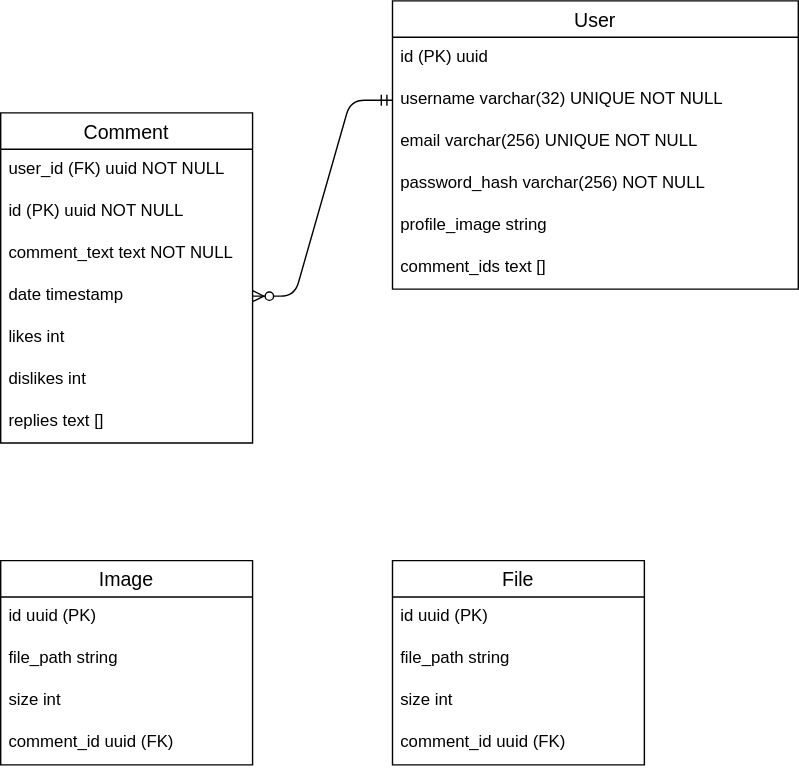
philippOkie/comments keeps this draw.io diagram as backend/prisma/db-docs.drawio.svg. Above is the earlier version. Source tidied: cells renumbered, new cells last; positions are measured from the earlier drawing's top-left corner, leaving out a move shared by most shapes.
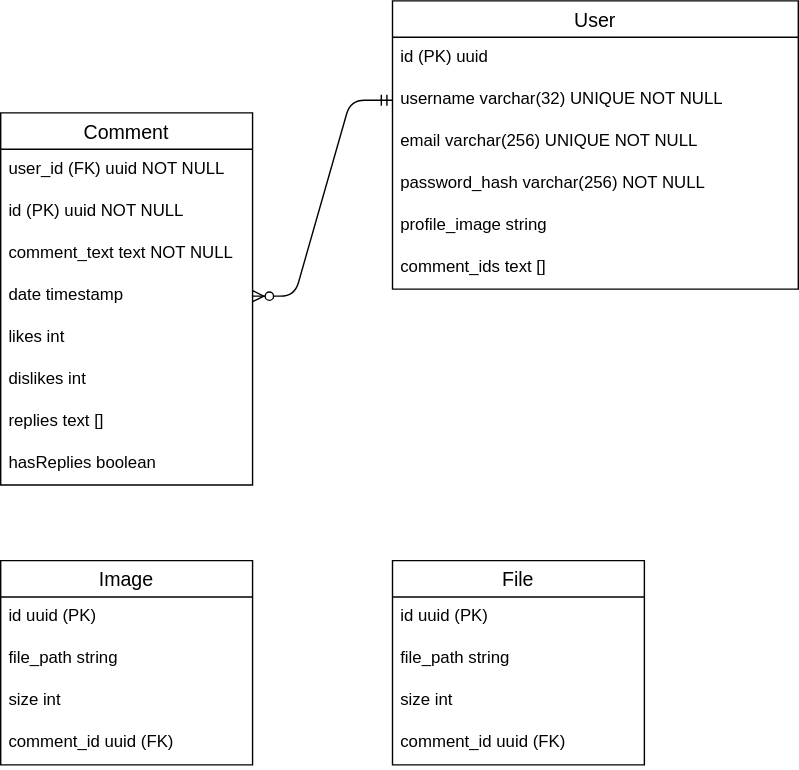
Later version of the same file.

Change to the diagram source:
```diff
@@ -24,7 +24,7 @@
       <mxGeometry y="176" width="290" height="30" as="geometry" />
     </mxCell>
     <mxCell id="9" value="Comment" style="swimlane;fontStyle=0;horizontal=1;startSize=26;align=center;fontSize=14;" parent="1" vertex="1">
-      <mxGeometry y="80" width="180" height="236" as="geometry" />
+      <mxGeometry y="80" width="180" height="266" as="geometry" />
     </mxCell>
     <mxCell id="10" value="user_id (FK) uuid NOT NULL" style="text;strokeColor=none;fillColor=none;spacingLeft=4;spacingRight=4;overflow=hidden;fontSize=12;" parent="9" vertex="1">
       <mxGeometry y="26" width="180" height="30" as="geometry" />
@@ -47,6 +47,9 @@
     <mxCell id="16" value="replies text []" style="text;strokeColor=none;fillColor=none;spacingLeft=4;spacingRight=4;overflow=hidden;fontSize=12;" parent="9" vertex="1">
       <mxGeometry y="206" width="180" height="30" as="geometry" />
     </mxCell>
+    <mxCell id="28" value="hasReplies boolean" style="text;strokeColor=none;fillColor=none;spacingLeft=4;spacingRight=4;overflow=hidden;fontSize=12;" parent="9" vertex="1">
+      <mxGeometry y="236" width="180" height="30" as="geometry" />
+    </mxCell>
     <mxCell id="17" style="edgeStyle=entityRelationEdgeStyle;fontSize=12;html=1;endArrow=ERzeroToMany;startArrow=ERmandOne;exitX=0;exitY=0.5;exitDx=0;exitDy=0;entryX=1;entryY=0.5;entryDx=0;entryDy=0;" parent="1" edge="1" source="4" target="13">
       <mxGeometry relative="1" as="geometry" />
     </mxCell>
```
